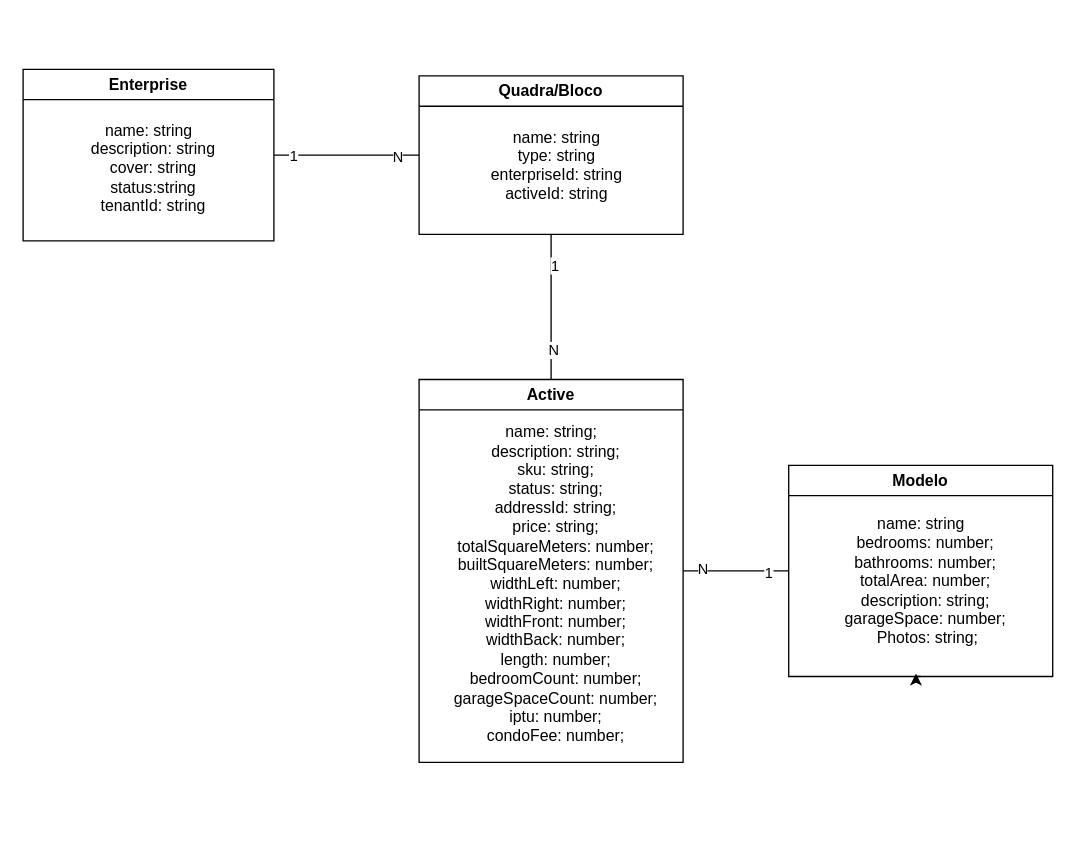
This is Diagrama sem nome.drawio from eduuwl/dockerTeste, a draw.io file, before an edit. Source tidied: cells renumbered, new cells numbered last; positions are measured from the earlier drawing's top-left corner, leaving out a move shared by most shapes. Both pictures are drawn from the tidied source at 132%, with x=0, y=0 at pixel (22, 69).
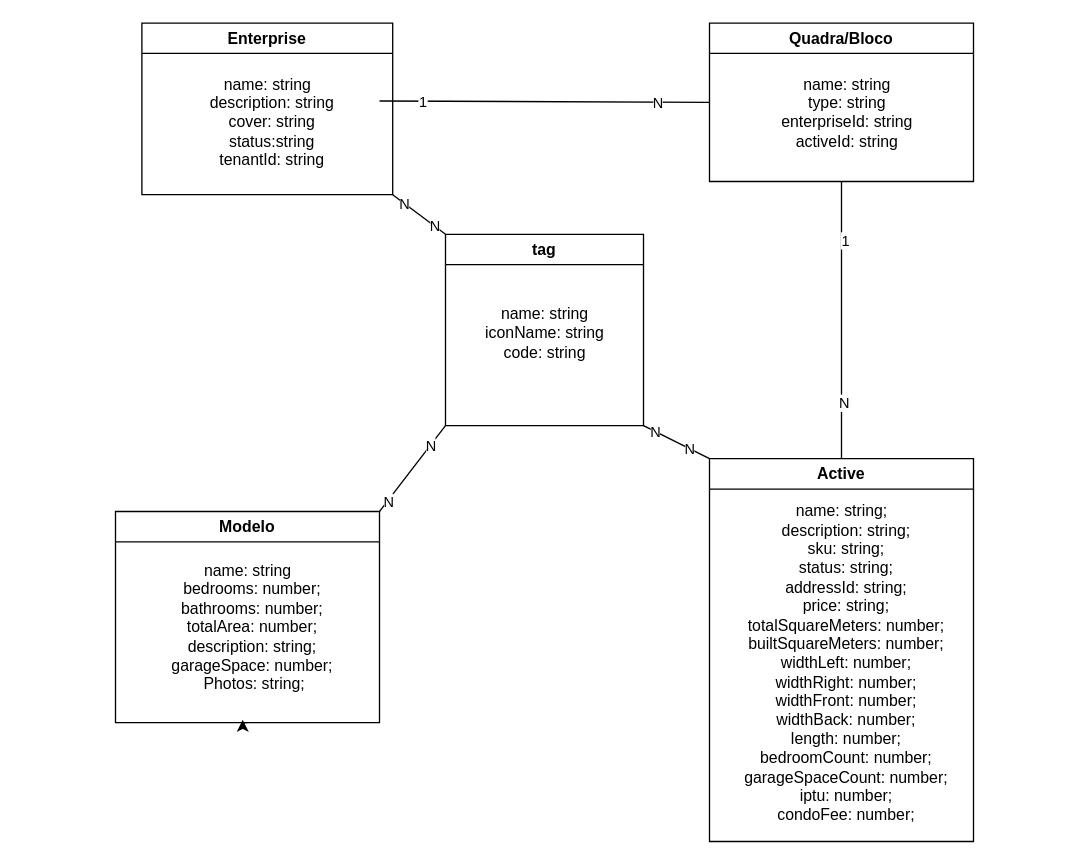
The same page after the edit.

Change to the diagram source:
```diff
@@
     <mxCell id="2" value="Enterprise" style="swimlane;whiteSpace=wrap;html=1;" parent="1" vertex="1">
-      <mxGeometry width="190" height="130" as="geometry" />
+      <mxGeometry x="90" y="-35" width="190" height="130" as="geometry" />
     </mxCell>
@@
     <mxCell id="4" value="Quadra/Bloco" style="swimlane;whiteSpace=wrap;html=1;" parent="1" vertex="1">
-      <mxGeometry x="300" y="5" width="200" height="120" as="geometry" />
+      <mxGeometry x="520" y="-35" width="200" height="120" as="geometry" />
     </mxCell>
@@
     <mxCell id="6" value="Modelo" style="swimlane;whiteSpace=wrap;html=1;" parent="1" vertex="1">
-      <mxGeometry x="580" y="300" width="200" height="160" as="geometry" />
+      <mxGeometry x="70" y="335" width="200" height="160" as="geometry" />
     </mxCell>
@@
     <mxCell id="9" value="Active" style="swimlane;whiteSpace=wrap;html=1;" parent="1" vertex="1">
-      <mxGeometry x="300" y="235" width="200" height="290" as="geometry" />
+      <mxGeometry x="520" y="295" width="200" height="290" as="geometry" />
     </mxCell>
@@
-    <mxCell id="14" style="endArrow=none;html=1;rounded=0;" parent="1" edge="1">
+    <mxCell id="14" style="endArrow=none;html=1;rounded=0;entryX=0;entryY=0.5;entryDx=0;entryDy=0;" parent="1" edge="1" target="4">
       <mxGeometry relative="1" as="geometry">
-        <mxPoint x="190" y="65" as="sourcePoint" />
-        <mxPoint x="300" y="65" as="targetPoint" />
+        <mxPoint x="270" y="24" as="sourcePoint" />
       </mxGeometry>
     </mxCell>
@@
-    <mxCell id="17" style="endArrow=none;html=1;rounded=0;entryX=0;entryY=0.5;entryDx=0;entryDy=0;exitX=1;exitY=0.5;exitDx=0;exitDy=0;" parent="1" edge="1" source="9" target="6">
-      <mxGeometry relative="1" as="geometry" />
-    </mxCell>
-    <mxCell id="18" value="N" style="edgeLabel;html=1;align=center;verticalAlign=middle;" parent="17" vertex="1">
-      <mxGeometry x="-0.65" y="2" relative="1" as="geometry" />
-    </mxCell>
-    <mxCell id="19" value="1" style="edgeLabel;html=1;align=center;verticalAlign=middle;" parent="17" vertex="1">
-      <mxGeometry x="0.6" y="-1" relative="1" as="geometry" />
-    </mxCell>
+    <mxCell id="20" value="tag" style="swimlane;whiteSpace=wrap;html=1;" parent="1" vertex="1">
+      <mxGeometry x="320" y="125" width="150" height="145" as="geometry" />
+    </mxCell>
+    <mxCell id="21" value="name: string&lt;div&gt;iconName: string&lt;/div&gt;&lt;div&gt;code: string&lt;/div&gt;" style="text;html=1;align=center;verticalAlign=middle;strokeColor=none;fillColor=none;" parent="20" vertex="1">
+      <mxGeometry x="20" y="45" width="110" height="60" as="geometry" />
+    </mxCell>
+    <mxCell id="22" style="endArrow=none;html=1;rounded=0;exitX=1;exitY=1;exitDx=0;exitDy=0;" parent="1" edge="1" source="2">
+      <mxGeometry relative="1" as="geometry">
+        <mxPoint x="320" y="125" as="targetPoint" />
+      </mxGeometry>
+    </mxCell>
+    <mxCell id="23" value="N" style="edgeLabel;html=1;align=center;verticalAlign=middle;" parent="22" vertex="1">
+      <mxGeometry x="0.56" relative="1" as="geometry" />
+    </mxCell>
+    <mxCell id="24" value="N" style="edgeLabel;html=1;align=center;verticalAlign=middle;" parent="22" vertex="1">
+      <mxGeometry x="-0.62" relative="1" as="geometry" />
+    </mxCell>
+    <mxCell id="25" style="endArrow=none;html=1;rounded=0;exitX=1;exitY=1;exitDx=0;exitDy=0;entryX=0;entryY=0;entryDx=0;entryDy=0;" parent="1" edge="1" source="20" target="9">
+      <mxGeometry relative="1" as="geometry" />
+    </mxCell>
+    <mxCell id="26" value="N" style="edgeLabel;html=1;align=center;verticalAlign=middle;" parent="25" vertex="1">
+      <mxGeometry x="-0.69" relative="1" as="geometry" />
+    </mxCell>
+    <mxCell id="27" value="N" style="edgeLabel;html=1;align=center;verticalAlign=middle;" parent="25" vertex="1">
+      <mxGeometry x="0.39" relative="1" as="geometry" />
+    </mxCell>
+    <mxCell id="28" style="endArrow=none;html=1;rounded=0;exitX=1;exitY=0;exitDx=0;exitDy=0;entryX=0;entryY=1;entryDx=0;entryDy=0;" parent="1" edge="1" source="6" target="20">
+      <mxGeometry relative="1" as="geometry" />
+    </mxCell>
+    <mxCell id="29" value="N" style="edgeLabel;html=1;align=center;verticalAlign=middle;" parent="28" vertex="1">
+      <mxGeometry x="-0.76" relative="1" as="geometry" />
+    </mxCell>
+    <mxCell id="30" value="N" style="edgeLabel;html=1;align=center;verticalAlign=middle;" parent="28" vertex="1">
+      <mxGeometry x="0.53" relative="1" as="geometry" />
+    </mxCell>
```
